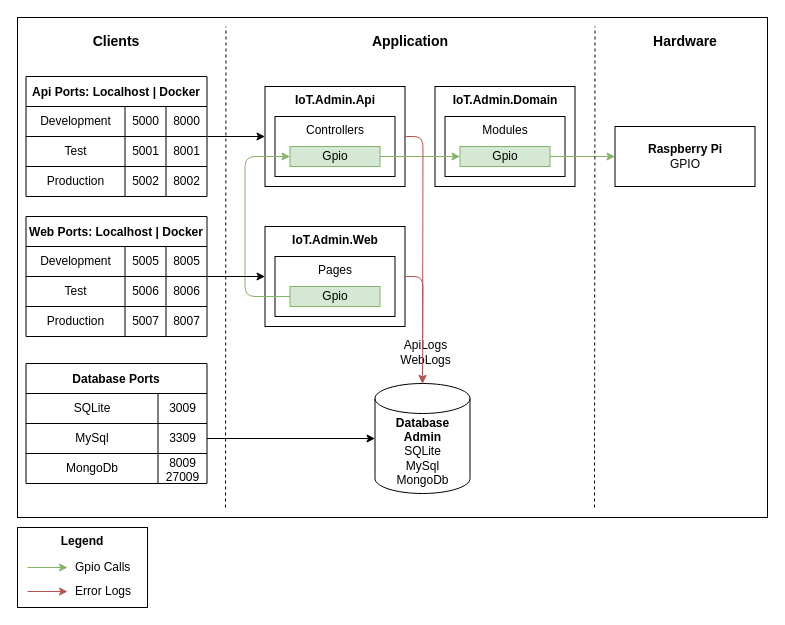
Earlier version of the draw.io diagram .docs/IoT.Admin.Application.drawio (qbituniverse/iot-admin). Source tidied: cells renumbered, new cells numbered last; positions are measured from the earlier drawing's top-left corner, leaving out a move shared by most shapes. Both pictures are drawn from the tidied source at 100%, with x=0, y=0 at pixel (17, 17).
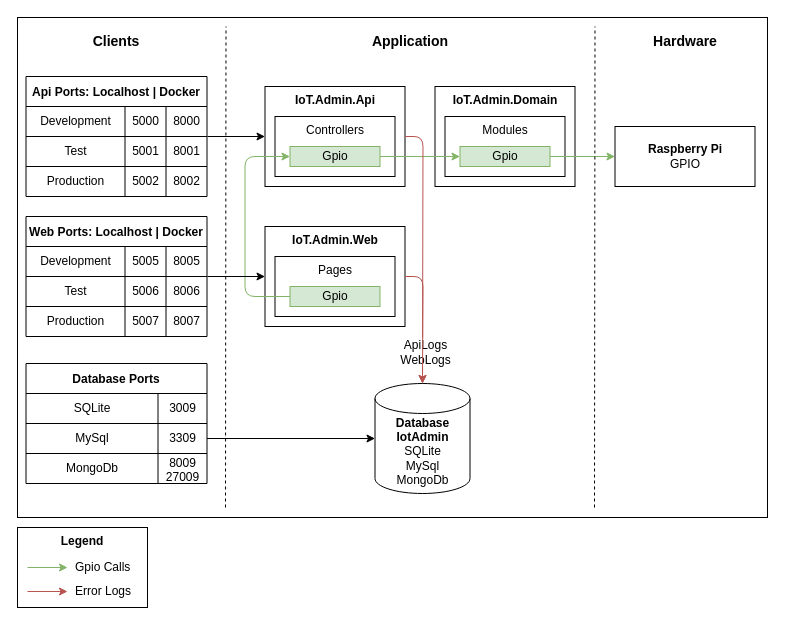
Above is the later version.

Change to the diagram source:
```diff
@@
-    <mxCell id="12" value="&lt;b style=&quot;border-color: var(--border-color);&quot;&gt;Database&lt;/b&gt;&lt;b&gt;&lt;br&gt;Admin&lt;/b&gt;&lt;br&gt;SQLite&lt;br&gt;MySql&lt;br&gt;MongoDb" style="shape=cylinder3;whiteSpace=wrap;html=1;boundedLbl=1;backgroundOutline=1;size=15;" parent="1" vertex="1">
+    <mxCell id="12" value="&lt;b style=&quot;border-color: var(--border-color);&quot;&gt;Database&lt;/b&gt;&lt;b&gt;&lt;br&gt;IotAdmin&lt;/b&gt;&lt;br&gt;SQLite&lt;br&gt;MySql&lt;br&gt;MongoDb" style="shape=cylinder3;whiteSpace=wrap;html=1;boundedLbl=1;backgroundOutline=1;size=15;" parent="1" vertex="1">
       <mxGeometry x="357.5" y="366" width="95" height="110" as="geometry" />
     </mxCell>
```
